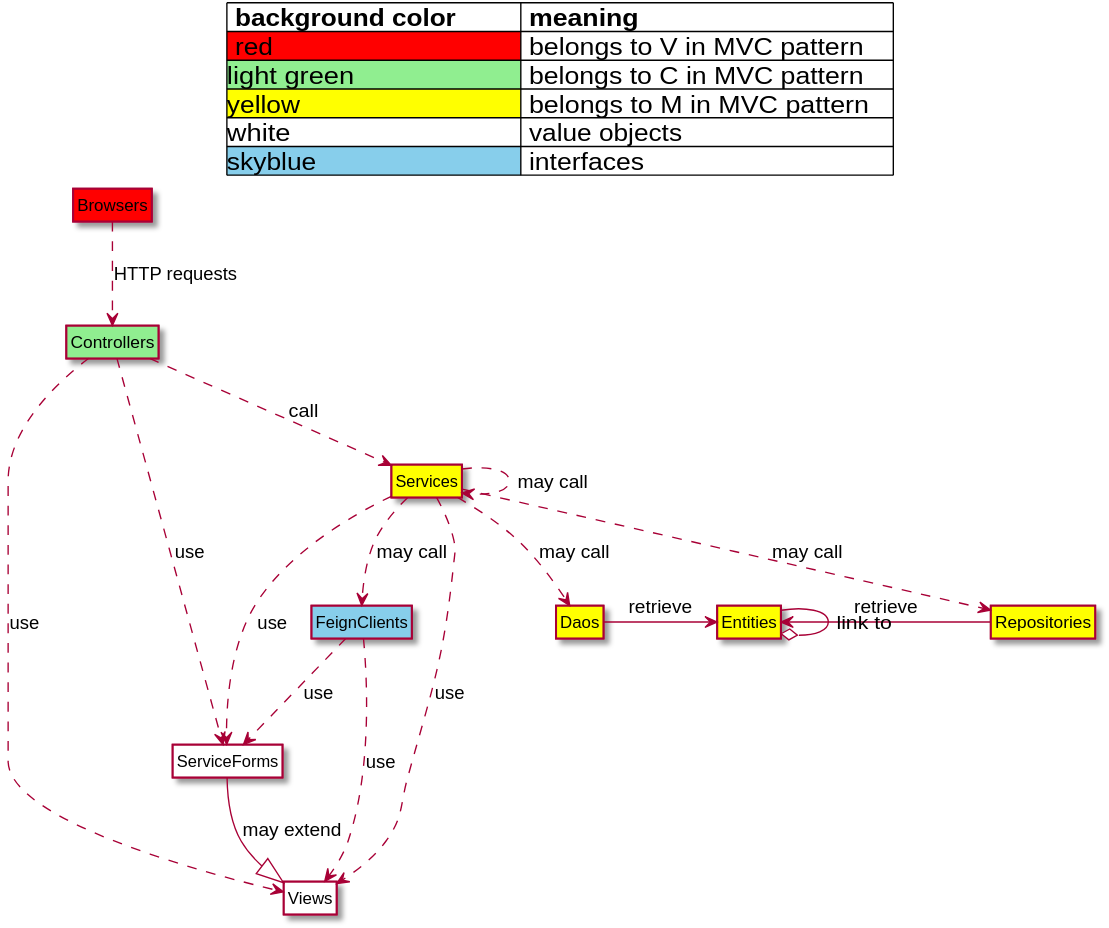
This is src/main/resources/markdown/programming_guide/components_class.svg from catkeeper1/msdemo-documents, a PlantUML export, as it was before one commit.
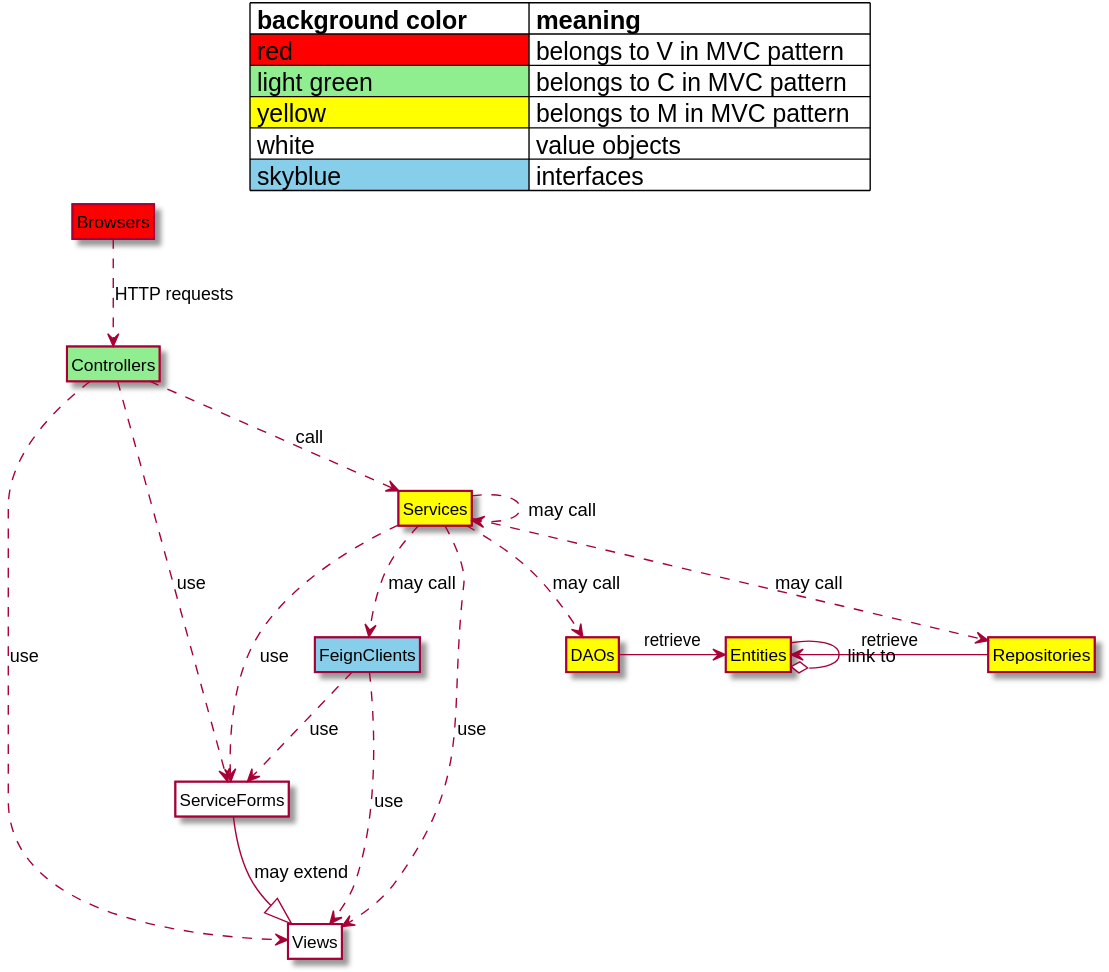
The same file after the commit.

Diff of the diagram source:
```diff
@@ -7,12 +7,12 @@
 
 
 title
-  |= background color        |= meaning                      |
-  |<#red> red                | belongs to V in MVC pattern   |
-  |<#lightgreen>light green  | belongs to C in MVC pattern   |
-  |<#yellow>yellow           | belongs to M in MVC pattern   |
-  |<#white>white             | value objects                 |
-  |<#skyblue>skyblue         | interfaces                    |
+  |= background color         |= meaning                      |
+  |<#red> red                 | belongs to V in MVC pattern   |
+  |<#lightgreen> light green  | belongs to C in MVC pattern   |
+  |<#yellow> yellow           | belongs to M in MVC pattern   |
+  |<#white> white             | value objects                 |
+  |<#skyblue> skyblue         | interfaces                    |
 end title
 
 
@@ -27,7 +27,7 @@
 class Controllers  #lightgreen
 class Services     #yellow
 class Repositories  #yellow
-class Daos  #yellow
+class DAOs  #yellow
 class FeignClients #skyblue
 
 
@@ -40,11 +40,11 @@
 
 
 Services ..> Repositories : may call
-Services ..> Daos : may call
+Services ..> DAOs : may call
 Entities <- Repositories : retrieve
 
 
-Daos -> Entities : retrieve
+DAOs -> Entities : retrieve
 
 Entities --o Entities : link to
 
```
